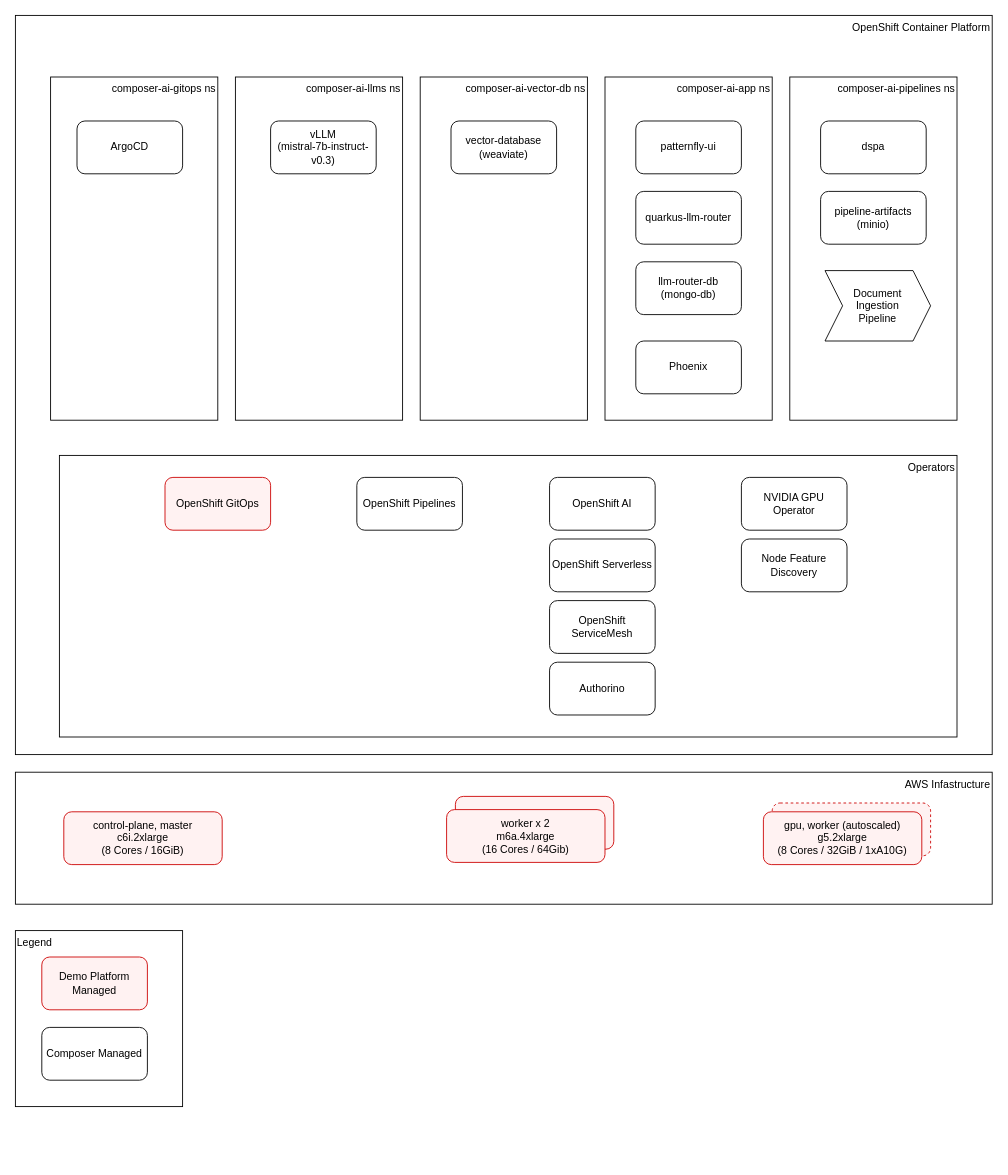
This is diagrams/cluster-diagram-v2.drawio from redhat-composer-ai/getting-started, a draw.io file, before an edit. Source tidied: cells renumbered, new cells numbered last; positions are measured from the earlier drawing's top-left corner, leaving out a move shared by most shapes. Both pictures are drawn from the tidied source at 88%, with x=0, y=0 at pixel (15, 15).
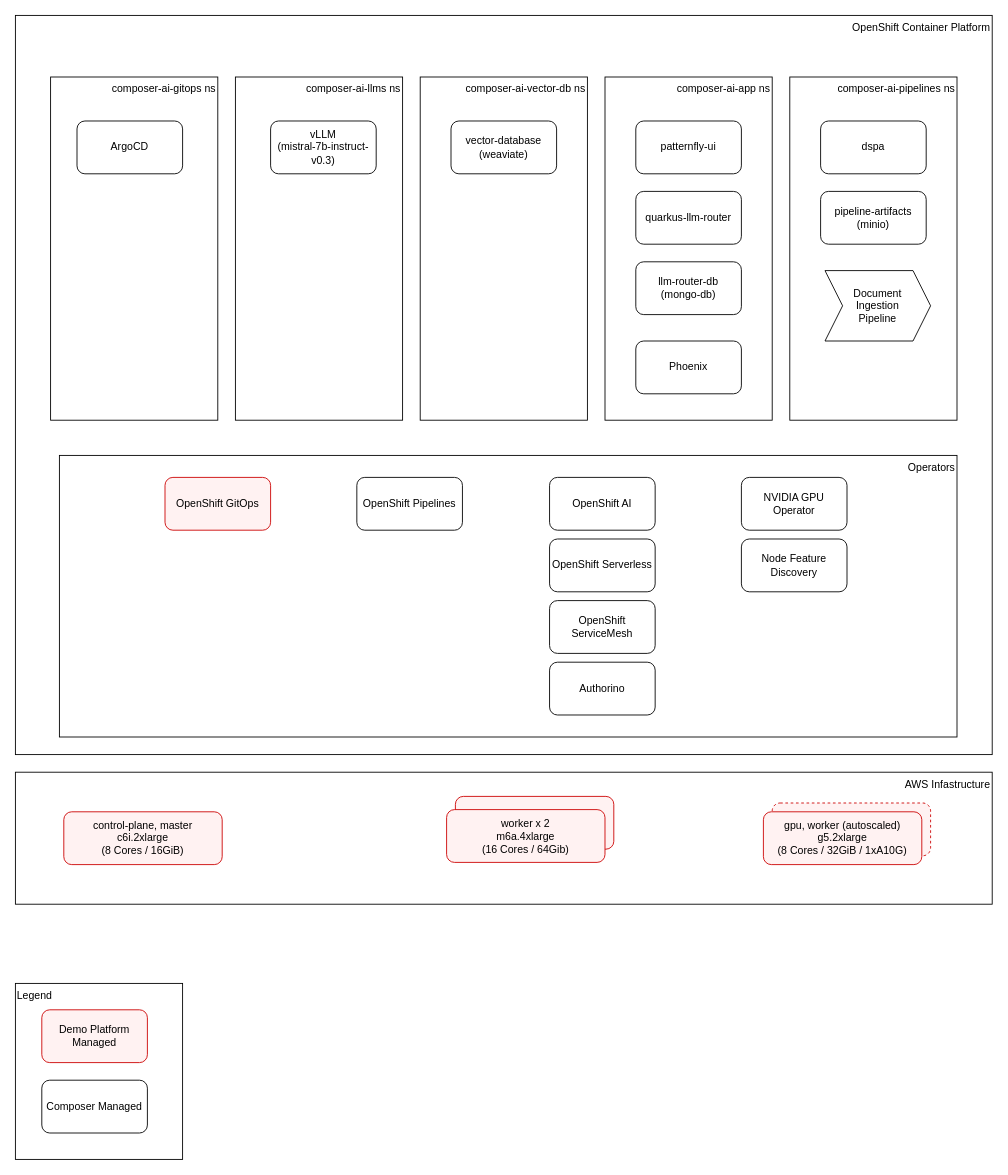
The same diagram, later.

Commit message (it also covers changes not shown here):
update background color

Diff of the diagram source:
```diff
@@
-<mxGraphModel>
+<mxGraphModel background="#FFFFFF">
@@
     <mxCell id="33" value="Legend" style="rounded=0;whiteSpace=wrap;html=1;strokeColor=#000000;fillColor=default;align=left;verticalAlign=top;" parent="1" vertex="1">
-      <mxGeometry y="1040" width="190" height="200" as="geometry" />
+      <mxGeometry y="1100" width="190" height="200" as="geometry" />
     </mxCell>
     <mxCell id="34" value="Demo Platform Managed" style="rounded=1;whiteSpace=wrap;html=1;strokeColor=#CC0000;fillColor=#FFF2F2;" parent="1" vertex="1">
-      <mxGeometry x="30" y="1070" width="120" height="60" as="geometry" />
+      <mxGeometry x="30" y="1130" width="120" height="60" as="geometry" />
     </mxCell>
     <mxCell id="35" value="Composer Managed" style="rounded=1;whiteSpace=wrap;html=1;" parent="1" vertex="1">
-      <mxGeometry x="30" y="1150" width="120" height="60" as="geometry" />
+      <mxGeometry x="30" y="1210" width="120" height="60" as="geometry" />
     </mxCell>
```
